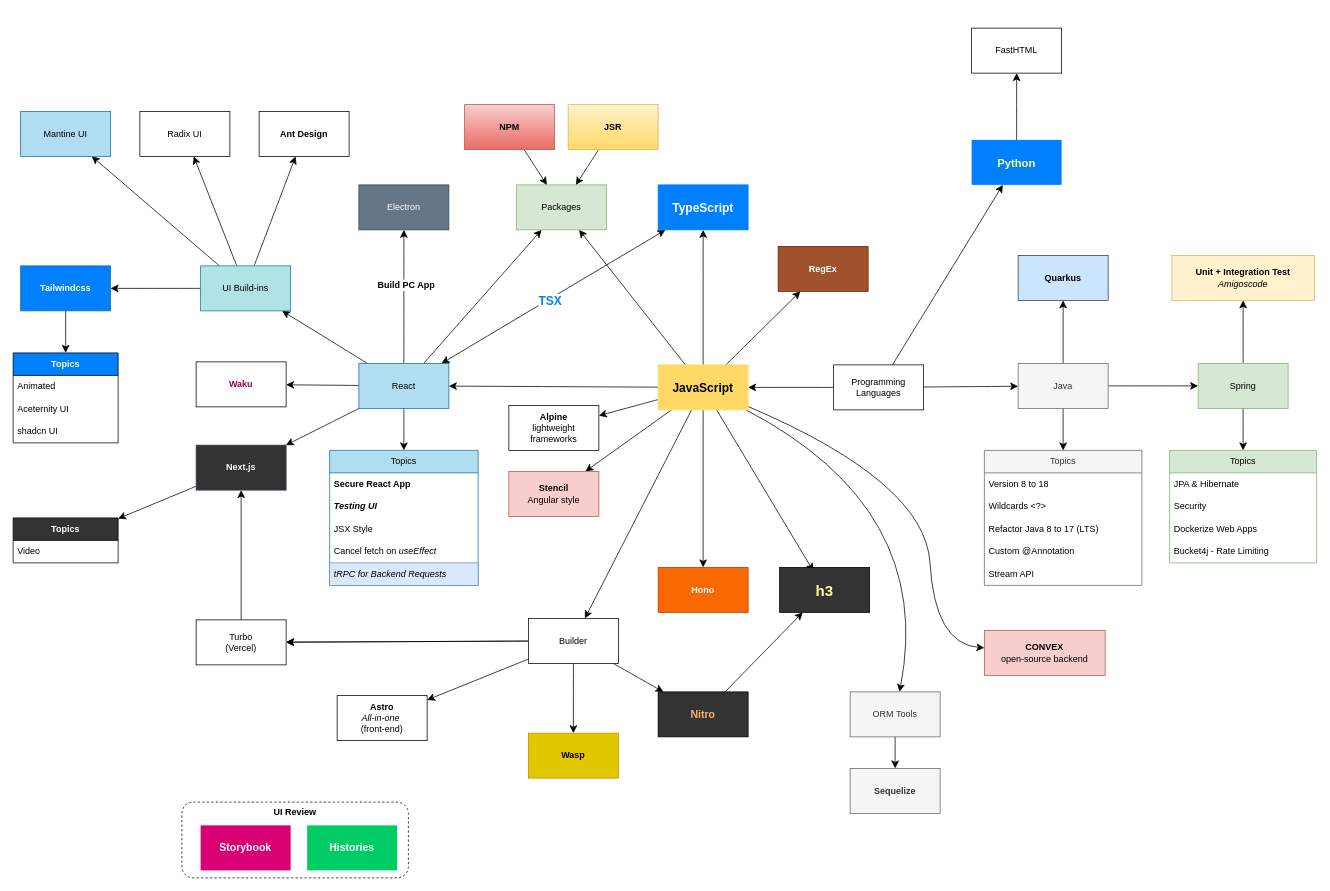
Earlier version of the draw.io diagram page "Web tech" (1 of 5) of Link_Bookmarks.drawio (sunflynf/diagram-only). Source tidied: cells renumbered, new cells numbered last; positions are measured from the earlier drawing's top-left corner, leaving out a move shared by most shapes. Both pictures are drawn from the tidied source at 75%, with x=0, y=0 at pixel (13, 28).
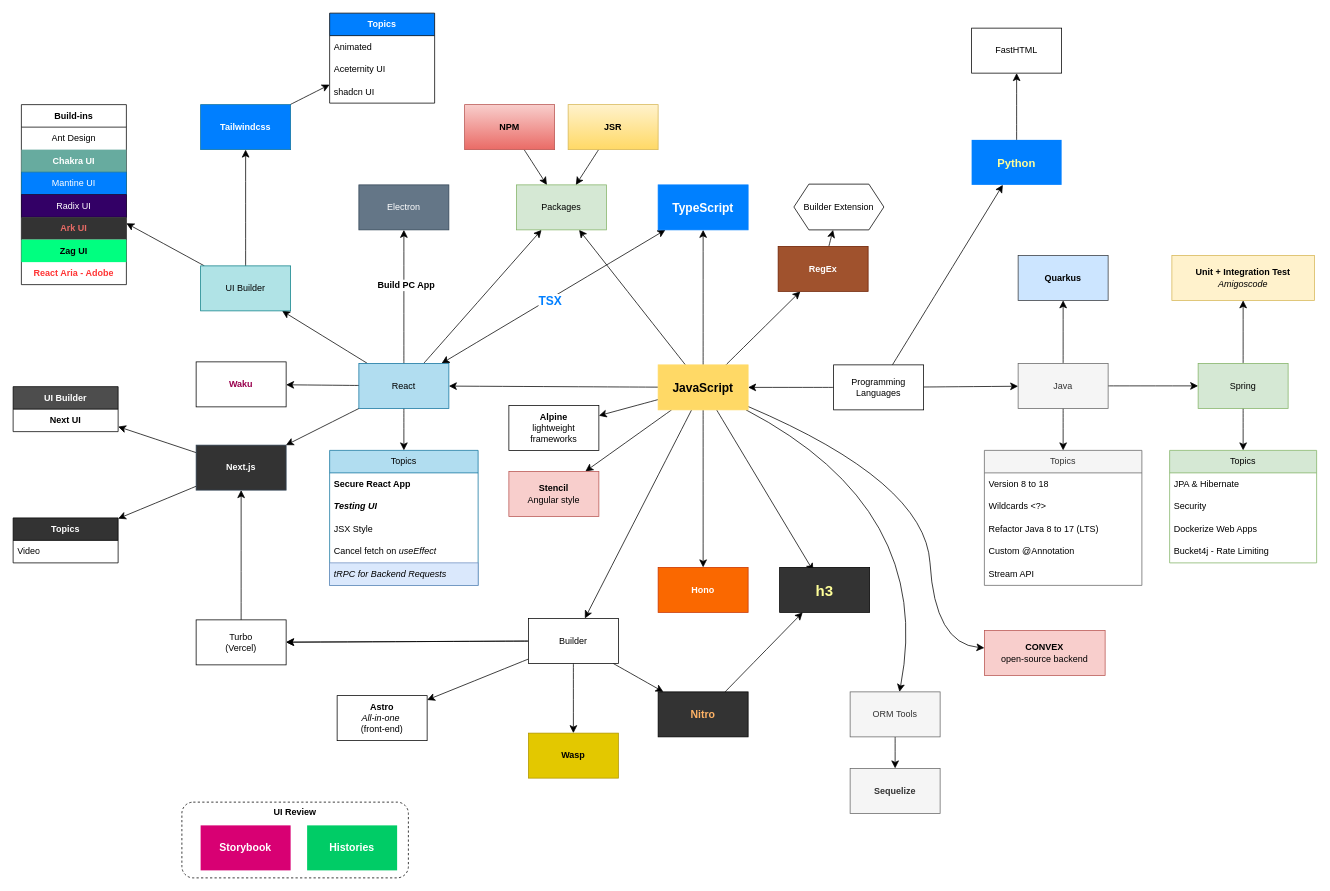
After the change.

The change refers to these unchanged cells:
```xml
<mxCell id="49" value="Next.js" style="whiteSpace=wrap;html=1;fillColor=#333333;strokeColor=#314354;fontColor=#ffffff;fontStyle=1;" parent="1" vertex="1">
  <mxGeometry x="244" y="556" width="120" height="60" as="geometry" />
</mxCell>
<mxCell id="64" value="RegEx" style="whiteSpace=wrap;html=1;fillColor=#a0522d;strokeColor=#6D1F00;fontColor=#ffffff;fontStyle=1;" parent="1" vertex="1">
  <mxGeometry x="1020" y="291" width="120" height="60" as="geometry" />
</mxCell>
```

Diff of the diagram source:
```diff
@@
+    <mxCell id="107" style="edgeStyle=none;curved=1;rounded=0;jettySize=auto;html=1;fontSize=12;startSize=8;endSize=8;" parent="1" edge="1" source="49" target="115">
+      <mxGeometry relative="1" as="geometry" />
+    </mxCell>
@@
-    <mxCell id="50" style="edgeStyle=none;curved=1;rounded=0;jettySize=auto;html=1;fontSize=12;startSize=8;endSize=8;" parent="1" edge="1" source="54" target="55">
+    <mxCell id="50" style="edgeStyle=none;curved=1;rounded=0;jettySize=auto;html=1;fontSize=12;startSize=8;endSize=8;" parent="1" edge="1" source="54" target="110">
       <mxGeometry relative="1" as="geometry" />
     </mxCell>
@@
-    <mxCell id="52" style="edgeStyle=none;curved=1;rounded=0;jettySize=auto;html=1;fontSize=12;startSize=8;endSize=8;" parent="1" edge="1" source="54" target="91">
-      <mxGeometry relative="1" as="geometry" />
-    </mxCell>
-    <mxCell id="53" style="edgeStyle=none;curved=1;rounded=0;jettySize=auto;html=1;fontSize=12;startSize=8;endSize=8;" parent="1" edge="1" source="54" target="102">
-      <mxGeometry relative="1" as="geometry" />
-    </mxCell>
-    <mxCell id="54" value="UI Build-ins" style="whiteSpace=wrap;html=1;fillColor=#b0e3e6;strokeColor=#0e8088;" parent="1" vertex="1">
+    <mxCell id="54" value="UI Builder" style="whiteSpace=wrap;html=1;fillColor=#b0e3e6;strokeColor=#0e8088;" parent="1" vertex="1">
       <mxGeometry x="250" y="317" width="120" height="60" as="geometry" />
     </mxCell>
-    <mxCell id="55" value="Mantine UI" style="whiteSpace=wrap;html=1;fillColor=#b1ddf0;strokeColor=#10739e;" parent="1" vertex="1">
-      <mxGeometry x="10" y="111" width="120" height="60" as="geometry" />
-    </mxCell>
@@
+    <mxCell id="108" style="edgeStyle=none;curved=1;rounded=0;jettySize=auto;html=1;fontSize=12;startSize=8;endSize=8;" parent="1" edge="1" source="64" target="109">
+      <mxGeometry relative="1" as="geometry" />
+    </mxCell>
@@
     <mxCell id="86" value="Tailwindcss" style="whiteSpace=wrap;html=1;fillColor=#007FFF;strokeColor=#10739e;fontColor=#FFFFFF;fontStyle=1;" parent="1" vertex="1">
-      <mxGeometry x="10" y="317" width="120" height="60" as="geometry" />
+      <mxGeometry x="250" y="102" width="120" height="60" as="geometry" />
     </mxCell>
     <mxCell id="87" value="Topics" style="swimlane;fontStyle=1;horizontal=1;startSize=30;whiteSpace=wrap;html=1;fillColor=#007FFF;fontColor=#FFFFFF;" parent="1" vertex="1">
-      <mxGeometry y="433" width="140" height="120" as="geometry" />
+      <mxGeometry x="422" y="-20" width="140" height="120" as="geometry" />
     </mxCell>
@@
-    <mxCell id="91" value="Radix UI" style="whiteSpace=wrap;html=1;" parent="1" vertex="1">
-      <mxGeometry x="169" y="111" width="120" height="60" as="geometry" />
-    </mxCell>
@@
-    <mxCell id="102" value="Ant Design" style="whiteSpace=wrap;html=1;fontStyle=1;" parent="1" vertex="1">
-      <mxGeometry x="328" y="111" width="120" height="60" as="geometry" />
-    </mxCell>
@@
+    <mxCell id="109" value="Builder Extension" style="shape=hexagon;perimeter=hexagonPerimeter2;whiteSpace=wrap;html=1;fixedSize=1;" parent="1" vertex="1">
+      <mxGeometry x="1041" y="208" width="120" height="61" as="geometry" />
+    </mxCell>
+    <mxCell id="110" value="Build-ins" style="swimlane;fontStyle=1;horizontal=1;startSize=30;whiteSpace=wrap;html=1;align=center;" parent="1" vertex="1">
+      <mxGeometry x="11" y="102" width="140" height="240" as="geometry" />
+    </mxCell>
+    <mxCell id="102" value="Ant Design" style="text;strokeColor=none;fillColor=none;align=center;verticalAlign=middle;spacingLeft=4;spacingRight=4;overflow=hidden;points=[[0,0.5],[1,0.5]];portConstraint=eastwest;whiteSpace=wrap;html=1;" parent="110" vertex="1">
+      <mxGeometry y="30" width="140" height="30" as="geometry" />
+    </mxCell>
+    <mxCell id="111" value="Chakra UI" style="text;strokeColor=none;fillColor=#67AB9F;align=center;verticalAlign=middle;spacingLeft=4;spacingRight=4;overflow=hidden;whiteSpace=wrap;html=1;fontColor=#FFFFFF;fontStyle=1;" parent="110" vertex="1">
+      <mxGeometry y="60" width="140" height="30" as="geometry" />
+    </mxCell>
+    <mxCell id="55" value="Mantine UI" style="text;strokeColor=#10739e;fillColor=#007FFF;align=center;verticalAlign=middle;spacingLeft=4;spacingRight=4;overflow=hidden;points=[[0,0.5],[1,0.5]];portConstraint=eastwest;whiteSpace=wrap;html=1;fontColor=#FFFFFF;" parent="110" vertex="1">
+      <mxGeometry y="90" width="140" height="30" as="geometry" />
+    </mxCell>
+    <mxCell id="91" value="Radix UI" style="text;strokeColor=#190033;fillColor=#330066;align=center;verticalAlign=middle;spacingLeft=4;spacingRight=4;overflow=hidden;points=[[0,0.5],[1,0.5]];portConstraint=eastwest;whiteSpace=wrap;html=1;fontColor=#ffffff;" parent="110" vertex="1">
+      <mxGeometry y="120" width="140" height="30" as="geometry" />
+    </mxCell>
+    <mxCell id="112" value="Ark UI" style="text;strokeColor=none;fillColor=#333333;align=center;verticalAlign=middle;spacingLeft=4;spacingRight=4;overflow=hidden;whiteSpace=wrap;html=1;fontColor=#EA6B66;fontStyle=1;" parent="110" vertex="1">
+      <mxGeometry y="150" width="140" height="30" as="geometry" />
+    </mxCell>
+    <mxCell id="113" value="Zag UI" style="text;strokeColor=none;fillColor=#00FF80;align=center;verticalAlign=middle;spacingLeft=4;spacingRight=4;overflow=hidden;whiteSpace=wrap;html=1;fontStyle=1;" parent="110" vertex="1">
+      <mxGeometry y="180" width="140" height="30" as="geometry" />
+    </mxCell>
+    <mxCell id="114" value="React Aria - Adobe" style="text;align=center;verticalAlign=middle;spacingLeft=4;spacingRight=4;overflow=hidden;whiteSpace=wrap;html=1;fontStyle=1;fontColor=#FF3333;" parent="110" vertex="1">
+      <mxGeometry y="210" width="140" height="30" as="geometry" />
+    </mxCell>
+    <mxCell id="115" value="UI Builder" style="swimlane;fontStyle=1;horizontal=1;startSize=30;whiteSpace=wrap;html=1;fontColor=#FFFFFF;fillColor=#4D4D4D;" parent="1" vertex="1">
+      <mxGeometry y="478" width="140" height="60" as="geometry" />
+    </mxCell>
+    <mxCell id="116" value="Next UI" style="text;strokeColor=none;fillColor=none;align=center;verticalAlign=middle;spacingLeft=4;spacingRight=4;overflow=hidden;whiteSpace=wrap;html=1;fontStyle=1;" parent="115" vertex="1">
+      <mxGeometry y="30" width="140" height="30" as="geometry" />
+    </mxCell>
```
